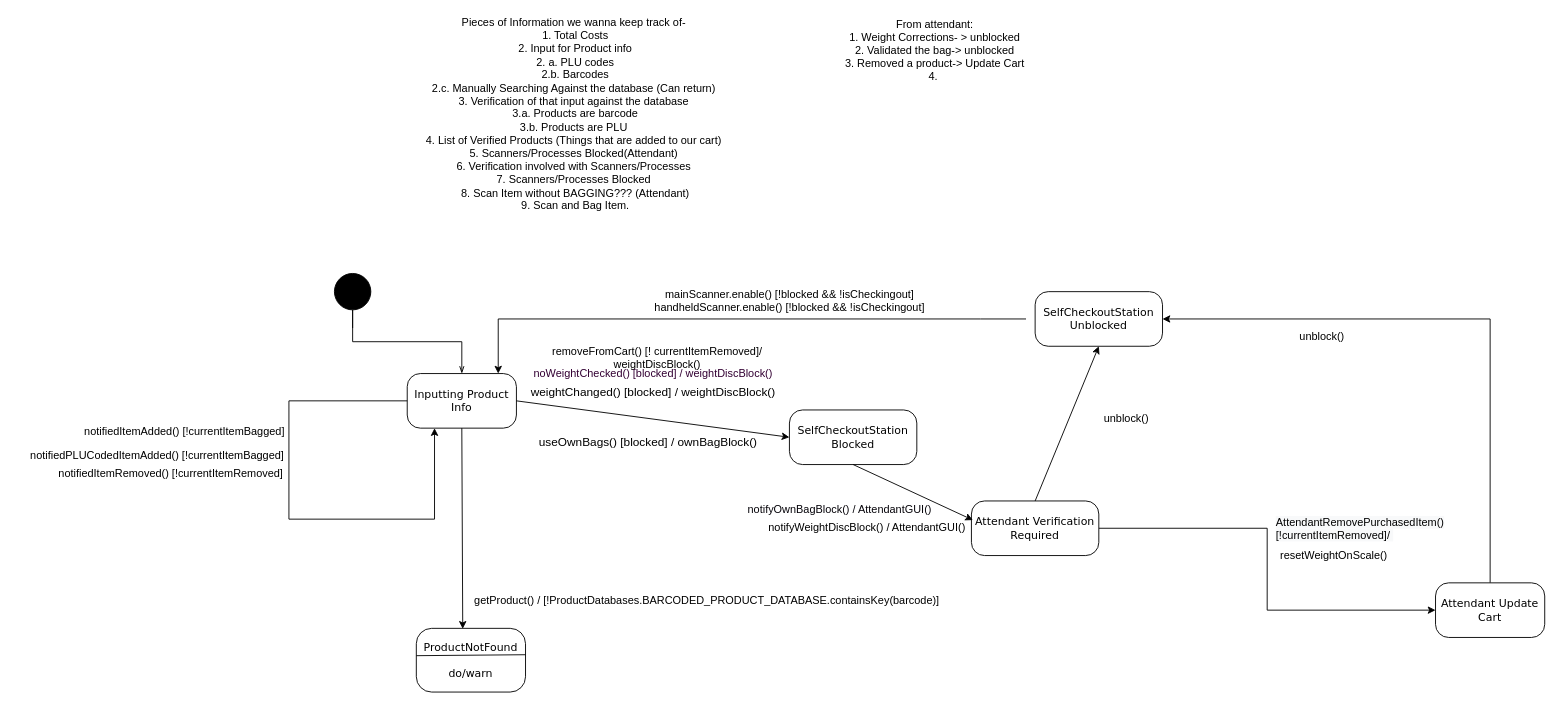
adam-25/Self-Checkout-System keeps this draw.io diagram as page "Copy of Scanning/Bagging" (3 of 3) of Diagrams/StateDiagrams/Untitled Diagram.drawio. Above is the earlier version. Source tidied: cells renumbered, new cells numbered last; positions are measured from the earlier drawing's top-left corner, leaving out a move shared by most shapes. Both pictures are drawn from the tidied source at 91%, with x=0, y=0 at pixel (25, 27).
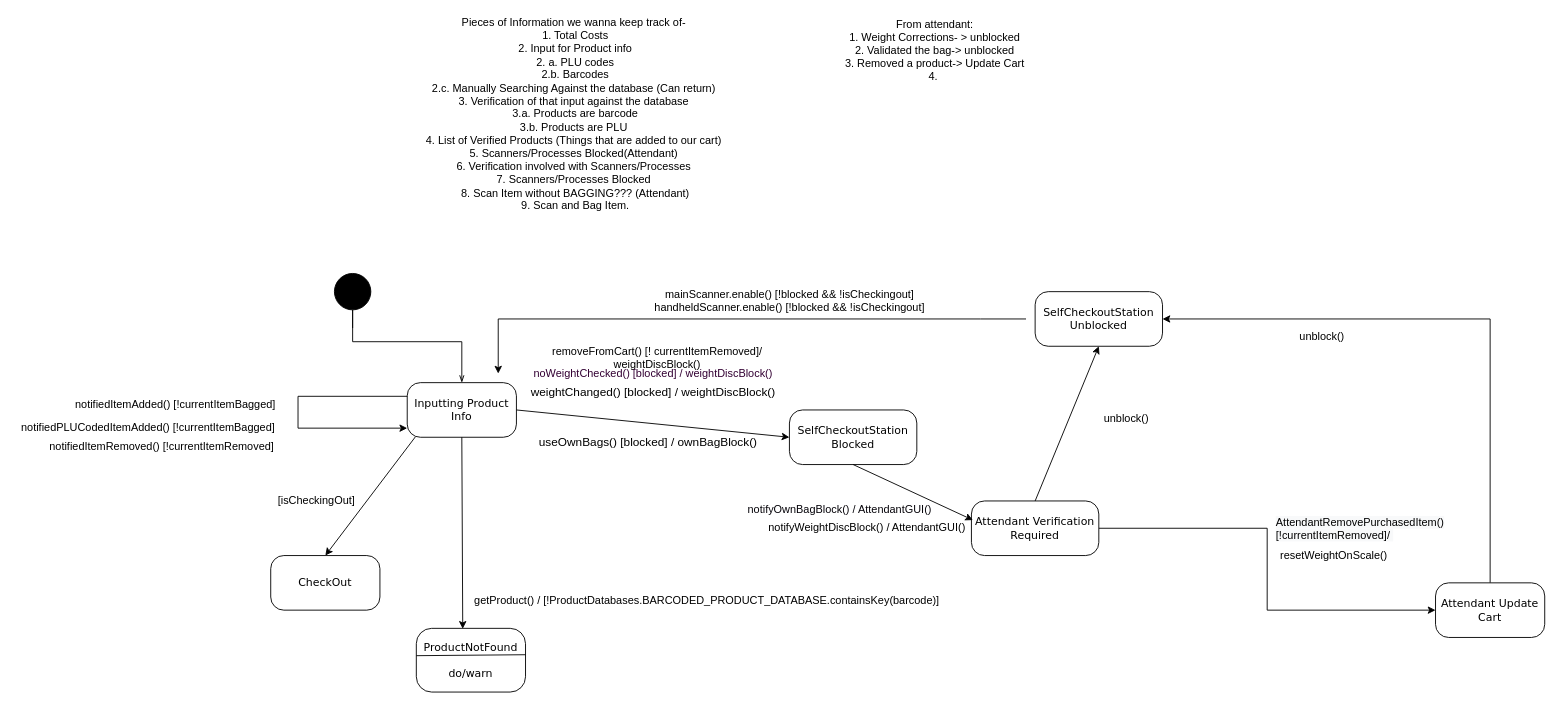
Above is the later version.

Commit message:
update Checkout State

Diff of the diagram source:
```diff
@@
     <mxCell id="8" value="Inputting Product Info" style="rounded=1;whiteSpace=wrap;html=1;arcSize=24;shadow=0;comic=0;labelBackgroundColor=none;fontFamily=Verdana;fontSize=12;align=center;" parent="1" vertex="1">
-      <mxGeometry x="420" y="380" width="120" height="60" as="geometry" />
+      <mxGeometry x="420" y="390" width="120" height="60" as="geometry" />
     </mxCell>
@@
-    <mxCell id="34" style="endArrow=classic;html=1;rounded=0;fontSize=13;exitX=0.5;exitY=1;exitDx=0;exitDy=0;entryX=0.25;entryY=1;entryDx=0;entryDy=0;" parent="1" edge="1" target="8">
+    <mxCell id="34" style="endArrow=classic;html=1;rounded=0;fontSize=13;exitX=0;exitY=0.25;exitDx=0;exitDy=0;" parent="1" edge="1" source="8">
       <mxGeometry relative="1" as="geometry">
-        <mxPoint x="420" y="410" as="sourcePoint" />
+        <mxPoint x="420" y="440" as="targetPoint" />
         <Array as="points">
-          <mxPoint x="290" y="410" />
-          <mxPoint x="290" y="540" />
-          <mxPoint x="450" y="540" />
+          <mxPoint x="300" y="405" />
+          <mxPoint x="300" y="440" />
         </Array>
       </mxGeometry>
     </mxCell>
     <mxCell id="35" value="notifiedItemAdded() [!currentItemBagged]" style="text;html=1;align=center;verticalAlign=middle;strokeColor=none;fillColor=none;fontColor=#000000;" parent="1" vertex="1">
-      <mxGeometry x="55" y="434" width="240" height="20" as="geometry" />
+      <mxGeometry x="45" y="404" width="240" height="20" as="geometry" />
     </mxCell>
     <mxCell id="36" value="notifiedPLUCodedItemAdded() [!currentItemBagged]" style="text;html=1;align=center;verticalAlign=middle;strokeColor=none;fillColor=none;fontColor=#000000;" parent="1" vertex="1">
-      <mxGeometry y="460" width="290" height="20" as="geometry" />
+      <mxGeometry x="-10" y="430" width="290" height="20" as="geometry" />
     </mxCell>
     <mxCell id="37" value="notifiedItemRemoved() [!currentItemRemoved]" style="text;html=1;align=center;verticalAlign=middle;strokeColor=none;fillColor=none;fontColor=#000000;" parent="1" vertex="1">
-      <mxGeometry x="30" y="480" width="260" height="20" as="geometry" />
+      <mxGeometry x="20" y="450" width="260" height="20" as="geometry" />
     </mxCell>
+    <mxCell id="38" value="CheckOut" style="rounded=1;whiteSpace=wrap;html=1;arcSize=24;shadow=0;comic=0;labelBackgroundColor=none;fontFamily=Verdana;fontSize=12;align=center;" parent="1" vertex="1">
+      <mxGeometry x="270" y="580" width="120" height="60" as="geometry" />
+    </mxCell>
+    <mxCell id="39" style="endArrow=classic;html=1;rounded=0;fontSize=13;exitX=0.5;exitY=1;exitDx=0;exitDy=0;entryX=0.5;entryY=0;entryDx=0;entryDy=0;" parent="1" edge="1" target="38">
+      <mxGeometry relative="1" as="geometry">
+        <mxPoint x="429" y="449.5" as="sourcePoint" />
+      </mxGeometry>
+    </mxCell>
+    <mxCell id="40" value="[isCheckingOut]" style="text;html=1;align=center;verticalAlign=middle;strokeColor=none;fillColor=none;fontColor=#000000;" parent="1" vertex="1">
+      <mxGeometry x="270" y="510" width="100" height="20" as="geometry" />
+    </mxCell>
```
